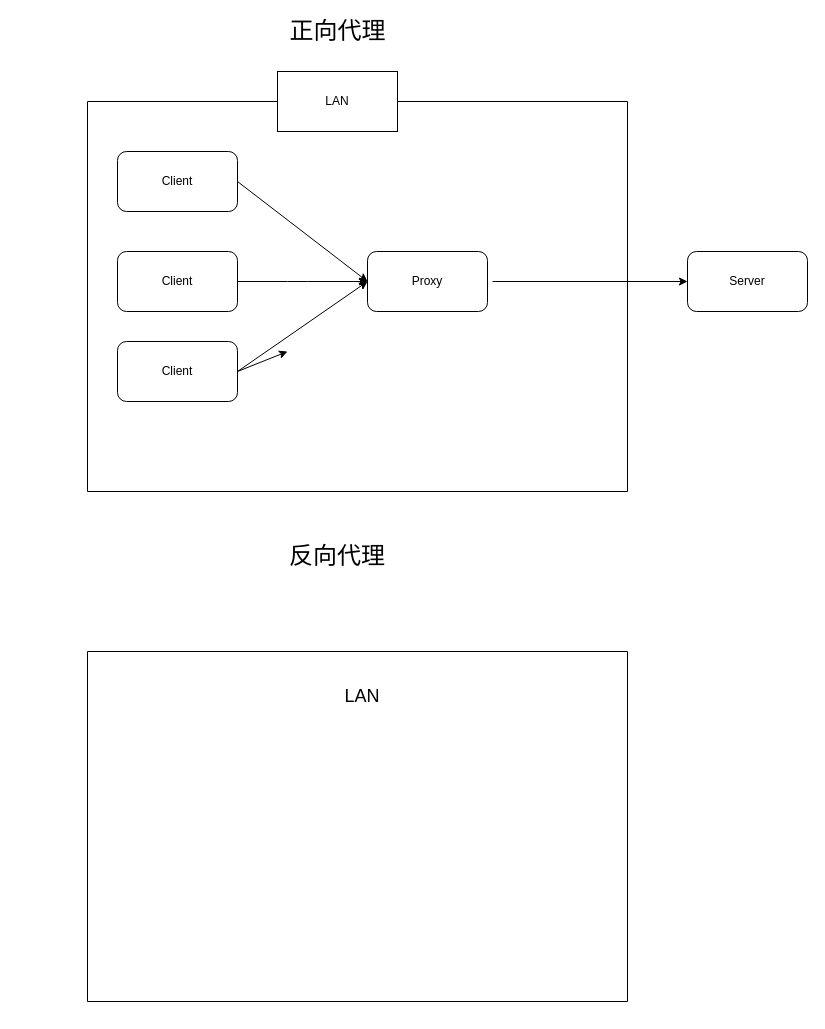
Earlier version of the draw.io diagram Nginx代理.drawio (pcorvoh/-warehouse). Source tidied: cells renumbered, new cells numbered last; positions are measured from the earlier drawing's top-left corner, leaving out a move shared by most shapes. Both pictures are drawn from the tidied source at 100%, with x=0, y=0 at pixel (87, 21).
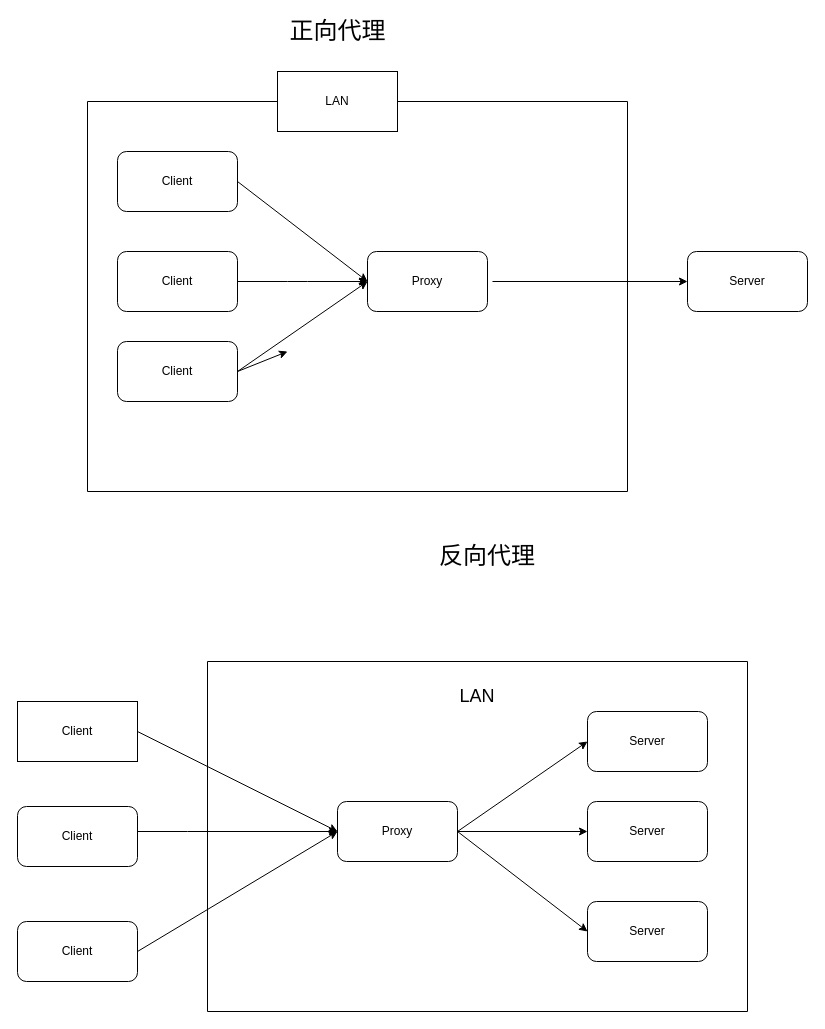
The same page after the edit.

What changed in the source:
```diff
@@
     <mxCell id="15" value="&lt;font style=&quot;font-size: 24px&quot;&gt;反向代理&lt;/font&gt;" style="text;html=1;strokeColor=none;fillColor=none;align=center;verticalAlign=middle;whiteSpace=wrap;rounded=0;" parent="1" vertex="1">
-      <mxGeometry x="150" y="512" width="200" height="45" as="geometry" />
+      <mxGeometry x="300" y="512" width="200" height="45" as="geometry" />
     </mxCell>
     <mxCell id="16" style="swimlane;startSize=0;" parent="1" vertex="1">
-      <mxGeometry y="630" width="540" height="350" as="geometry" />
+      <mxGeometry x="120" y="640" width="540" height="350" as="geometry" />
     </mxCell>
-    <mxCell id="17" value="&lt;font style=&quot;font-size: 18px&quot;&gt;LAN&lt;/font&gt;" style="text;html=1;strokeColor=none;fillColor=none;align=center;verticalAlign=middle;whiteSpace=wrap;rounded=0;" parent="1" vertex="1">
-      <mxGeometry x="240" y="660" width="70" height="30" as="geometry" />
+    <mxCell id="17" value="&lt;font style=&quot;font-size: 18px&quot;&gt;LAN&lt;/font&gt;" style="text;html=1;strokeColor=none;fillColor=none;align=center;verticalAlign=middle;whiteSpace=wrap;rounded=0;" parent="16" vertex="1">
+      <mxGeometry x="235" y="20" width="70" height="30" as="geometry" />
     </mxCell>
+    <mxCell id="18" style="edgeStyle=orthogonalEdgeStyle;rounded=0;jettySize=auto;html=1;entryX=0;entryY=0.5;entryDx=0;entryDy=0;" parent="16" edge="1" source="19" target="21">
+      <mxGeometry relative="1" as="geometry" />
+    </mxCell>
+    <mxCell id="19" value="Proxy" style="rounded=1;whiteSpace=wrap;html=1;" parent="16" vertex="1">
+      <mxGeometry x="130" y="140" width="120" height="60" as="geometry" />
+    </mxCell>
+    <mxCell id="20" value="Server" style="rounded=1;whiteSpace=wrap;html=1;" parent="16" vertex="1">
+      <mxGeometry x="380" y="50" width="120" height="60" as="geometry" />
+    </mxCell>
+    <mxCell id="21" value="&lt;span&gt;Server&lt;/span&gt;" style="rounded=1;whiteSpace=wrap;html=1;" parent="16" vertex="1">
+      <mxGeometry x="380" y="140" width="120" height="60" as="geometry" />
+    </mxCell>
+    <mxCell id="22" value="&lt;span&gt;Server&lt;/span&gt;" style="rounded=1;whiteSpace=wrap;html=1;" parent="16" vertex="1">
+      <mxGeometry x="380" y="240" width="120" height="60" as="geometry" />
+    </mxCell>
+    <mxCell id="23" style="endArrow=classic;html=1;exitX=1;exitY=0.5;exitDx=0;exitDy=0;entryX=0;entryY=0.5;entryDx=0;entryDy=0;" parent="16" edge="1" source="19" target="20">
+      <mxGeometry relative="1" as="geometry" />
+    </mxCell>
+    <mxCell id="24" style="endArrow=classic;html=1;exitX=1;exitY=0.5;exitDx=0;exitDy=0;entryX=0;entryY=0.5;entryDx=0;entryDy=0;" parent="16" edge="1" source="19" target="22">
+      <mxGeometry relative="1" as="geometry" />
+    </mxCell>
+    <mxCell id="25" value="&lt;span&gt;Client&lt;/span&gt;" style="rounded=0;whiteSpace=wrap;html=1;" parent="1" vertex="1">
+      <mxGeometry x="-70" y="680" width="120" height="60" as="geometry" />
+    </mxCell>
+    <mxCell id="26" style="edgeStyle=orthogonalEdgeStyle;rounded=0;jettySize=auto;html=1;" parent="1" edge="1" source="27" target="19">
+      <mxGeometry relative="1" as="geometry">
+        <Array as="points">
+          <mxPoint x="100" y="810" />
+          <mxPoint x="100" y="810" />
+        </Array>
+      </mxGeometry>
+    </mxCell>
+    <mxCell id="27" value="Client" style="rounded=1;whiteSpace=wrap;html=1;" parent="1" vertex="1">
+      <mxGeometry x="-70" y="785" width="120" height="60" as="geometry" />
+    </mxCell>
+    <mxCell id="28" value="&lt;span&gt;Client&lt;/span&gt;" style="rounded=1;whiteSpace=wrap;html=1;" parent="1" vertex="1">
+      <mxGeometry x="-70" y="900" width="120" height="60" as="geometry" />
+    </mxCell>
+    <mxCell id="29" style="endArrow=classic;html=1;exitX=1;exitY=0.5;exitDx=0;exitDy=0;" parent="1" edge="1" source="25">
+      <mxGeometry relative="1" as="geometry">
+        <mxPoint x="250" y="810" as="targetPoint" />
+      </mxGeometry>
+    </mxCell>
+    <mxCell id="30" style="endArrow=classic;html=1;exitX=1;exitY=0.5;exitDx=0;exitDy=0;" parent="1" edge="1" source="28">
+      <mxGeometry relative="1" as="geometry">
+        <mxPoint x="250" y="810" as="targetPoint" />
+      </mxGeometry>
+    </mxCell>
```
